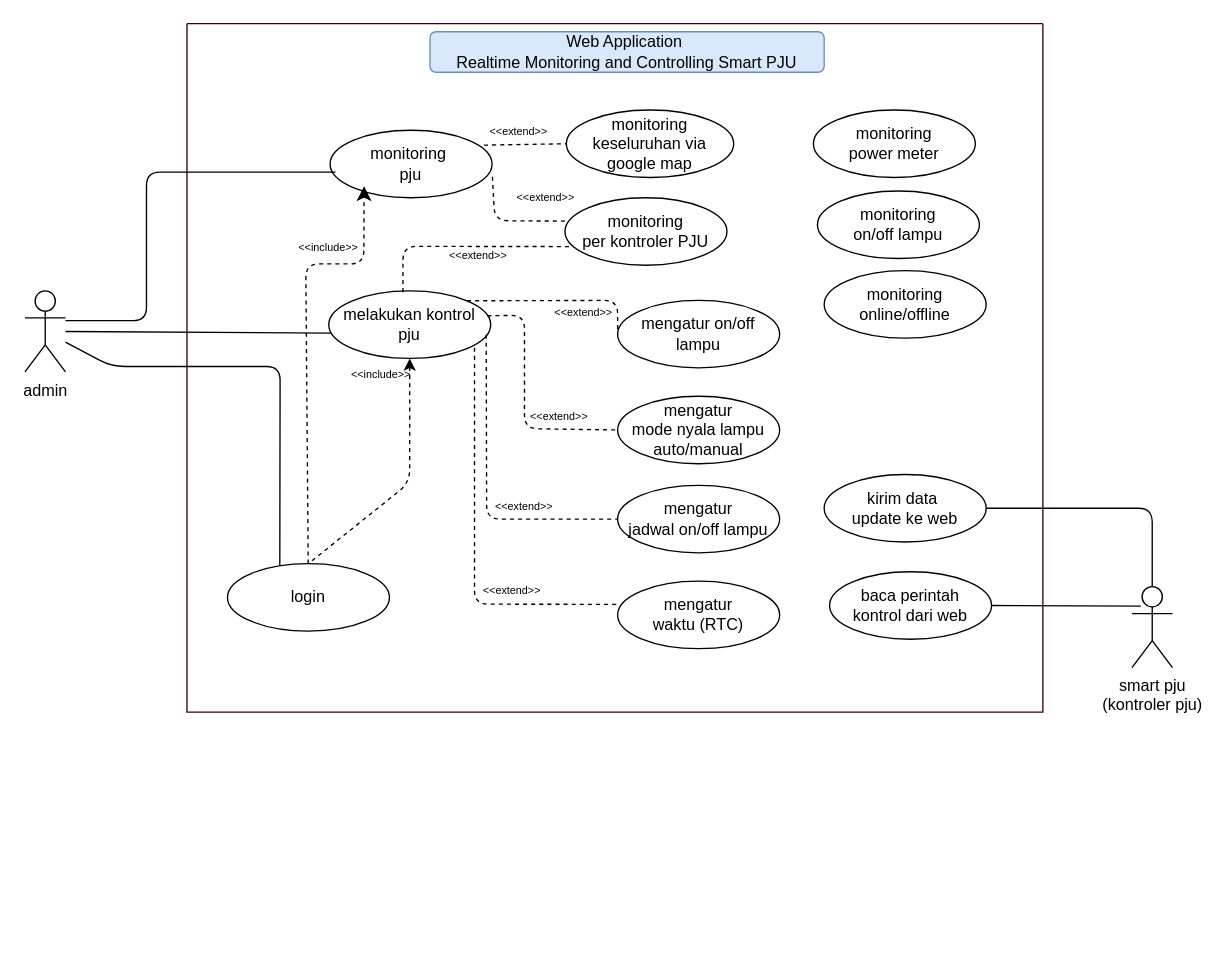
This is smart-pju.drawio from eenattayani/desain, a draw.io file, before an edit. Source tidied: cells renumbered, new cells numbered last; positions are measured from the earlier drawing's top-left corner, leaving out a move shared by most shapes. Both pictures are drawn from the tidied source at 135%, with x=0, y=0 at pixel (24, 23).
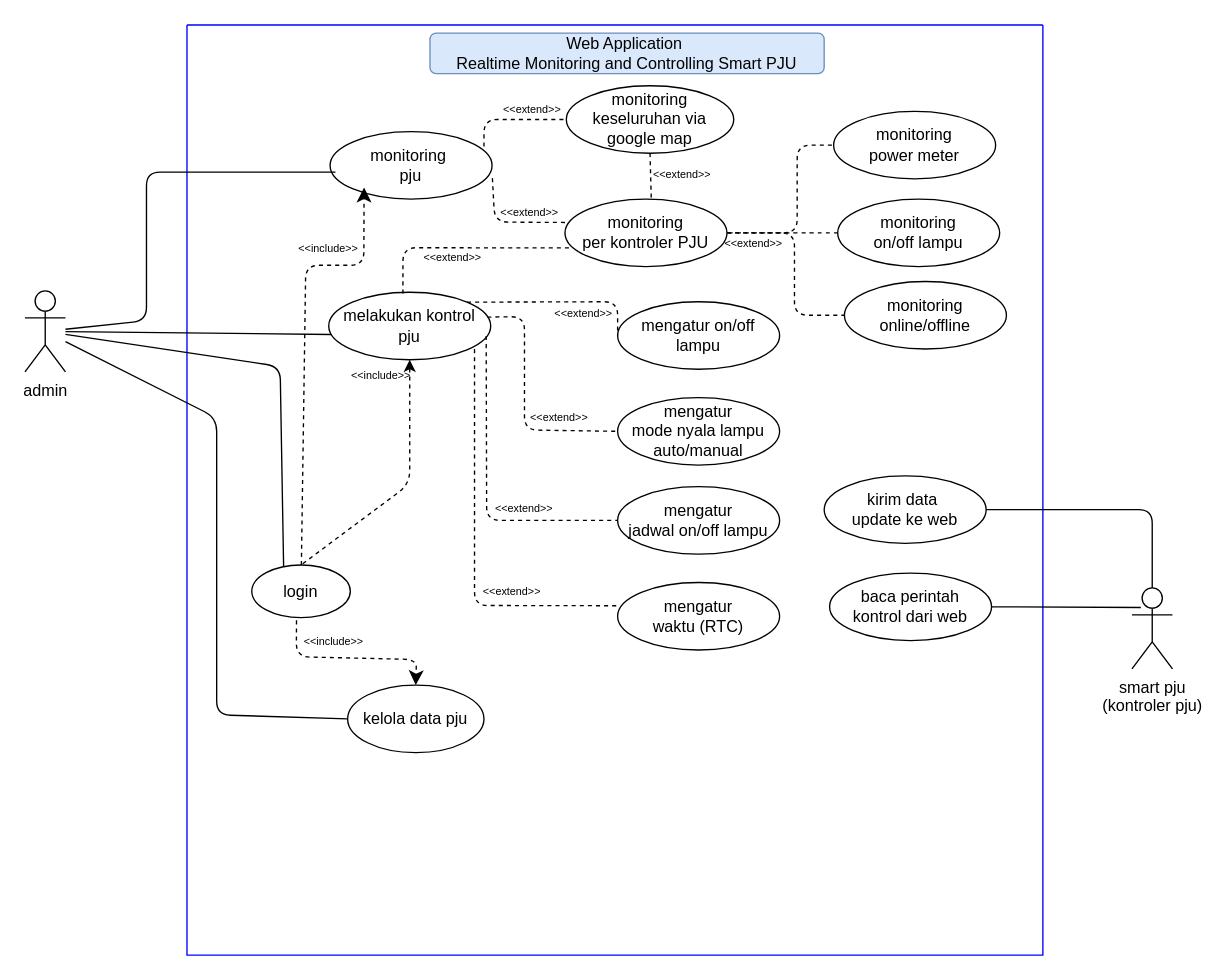
After the change.

Unchanged cells that the change refers to:
```xml
<mxCell id="3" value="monitoring&amp;nbsp;&lt;div&gt;pju&lt;/div&gt;" style="ellipse;whiteSpace=wrap;html=1;" parent="2" vertex="1">
  <mxGeometry x="106" y="79" width="120" height="50" as="geometry" />
</mxCell>
<mxCell id="24" value="monitoring&lt;div&gt;per kontroler PJU&lt;/div&gt;" style="ellipse;whiteSpace=wrap;html=1;" parent="2" vertex="1">
  <mxGeometry x="280" y="129" width="120" height="50" as="geometry" />
</mxCell>
<mxCell id="40" value="admin" style="shape=umlActor;verticalLabelPosition=bottom;verticalAlign=top;html=1;outlineConnect=0;" parent="1" vertex="1">
  <mxGeometry y="198" width="30" height="60" as="geometry" />
</mxCell>
```

Change to the diagram source:
```diff
@@
-    <mxCell id="2" style="swimlane;startSize=0;fillColor=#fff2cc;strokeColor=#33001A;" parent="1" vertex="1">
-      <mxGeometry x="120" width="634" height="510" as="geometry" />
+    <mxCell id="2" style="swimlane;startSize=0;fillColor=#fff2cc;strokeColor=#0000FF;" parent="1" vertex="1">
+      <mxGeometry x="120" y="1" width="634" height="689" as="geometry" />
     </mxCell>
@@
     <mxCell id="4" value="login" style="ellipse;whiteSpace=wrap;html=1;" parent="2" vertex="1">
-      <mxGeometry x="30" y="400" width="120" height="50" as="geometry" />
+      <mxGeometry x="48" y="400" width="73" height="39" as="geometry" />
     </mxCell>
@@
     <mxCell id="15" value="&amp;lt;&amp;lt;extend&amp;gt;&amp;gt;" style="text;html=1;align=center;verticalAlign=middle;whiteSpace=wrap;rounded=0;fontSize=8;" parent="2" vertex="1">
-      <mxGeometry x="186" y="167" width="60" height="10" as="geometry" />
+      <mxGeometry x="167" y="167" width="60" height="10" as="geometry" />
     </mxCell>
@@
+    <mxCell id="43" style="edgeStyle=none;curved=0;rounded=1;jettySize=auto;html=1;exitX=1;exitY=0.5;exitDx=0;exitDy=0;entryX=0;entryY=0.5;entryDx=0;entryDy=0;fontSize=12;startSize=8;endSize=8;endArrow=none;endFill=0;dashed=1;" parent="2" edge="1" source="24" target="38">
+      <mxGeometry relative="1" as="geometry">
+        <Array as="points">
+          <mxPoint x="452" y="154" />
+          <mxPoint x="452" y="89" />
+        </Array>
+      </mxGeometry>
+    </mxCell>
     <mxCell id="23" value="monitoring keseluruhan via&lt;div&gt;google map&lt;/div&gt;" style="ellipse;whiteSpace=wrap;html=1;" parent="2" vertex="1">
-      <mxGeometry x="281" y="64" width="124" height="50" as="geometry" />
+      <mxGeometry x="281" y="45" width="124" height="50" as="geometry" />
     </mxCell>
@@
-    <mxCell id="25" style="endArrow=none;dashed=1;html=1;rounded=0;entryX=0;entryY=0.5;entryDx=0;entryDy=0;exitX=0.95;exitY=0.22;exitDx=0;exitDy=0;exitPerimeter=0;" parent="2" edge="1" source="3" target="23">
-      <mxGeometry relative="1" as="geometry" />
+    <mxCell id="25" style="endArrow=none;dashed=1;html=1;rounded=1;entryX=0;entryY=0.5;entryDx=0;entryDy=0;exitX=0.95;exitY=0.22;exitDx=0;exitDy=0;exitPerimeter=0;curved=0;" parent="2" edge="1" source="3" target="23">
+      <mxGeometry relative="1" as="geometry">
+        <Array as="points">
+          <mxPoint x="220" y="70" />
+        </Array>
+      </mxGeometry>
     </mxCell>
@@
     <mxCell id="27" value="&amp;lt;&amp;lt;extend&amp;gt;&amp;gt;" style="text;html=1;align=center;verticalAlign=middle;whiteSpace=wrap;rounded=0;fontSize=8;" parent="2" vertex="1">
-      <mxGeometry x="216" y="75" width="60" height="10" as="geometry" />
+      <mxGeometry x="226" y="58" width="60" height="10" as="geometry" />
     </mxCell>
     <mxCell id="28" value="&amp;lt;&amp;lt;extend&amp;gt;&amp;gt;" style="text;html=1;align=center;verticalAlign=middle;whiteSpace=wrap;rounded=0;fontSize=8;" parent="2" vertex="1">
-      <mxGeometry x="236" y="124" width="60" height="10" as="geometry" />
+      <mxGeometry x="224" y="134" width="60" height="10" as="geometry" />
     </mxCell>
@@
     <mxCell id="36" value="monitoring&lt;div&gt;online/offline&lt;/div&gt;" style="ellipse;whiteSpace=wrap;html=1;" parent="2" vertex="1">
-      <mxGeometry x="472" y="183" width="120" height="50" as="geometry" />
+      <mxGeometry x="487" y="190" width="120" height="50" as="geometry" />
     </mxCell>
+    <mxCell id="44" style="edgeStyle=none;curved=1;rounded=0;jettySize=auto;html=1;fontSize=12;startSize=8;endSize=8;dashed=1;endArrow=none;endFill=0;" parent="2" edge="1" source="37" target="24">
+      <mxGeometry relative="1" as="geometry" />
+    </mxCell>
     <mxCell id="37" value="monitoring&lt;div&gt;on/off lampu&lt;/div&gt;" style="ellipse;whiteSpace=wrap;html=1;" parent="2" vertex="1">
-      <mxGeometry x="467" y="124" width="120" height="50" as="geometry" />
+      <mxGeometry x="482" y="129" width="120" height="50" as="geometry" />
     </mxCell>
     <mxCell id="38" value="monitoring&lt;div&gt;power meter&lt;/div&gt;" style="ellipse;whiteSpace=wrap;html=1;" parent="2" vertex="1">
-      <mxGeometry x="464" y="64" width="120" height="50" as="geometry" />
+      <mxGeometry x="479" y="64" width="120" height="50" as="geometry" />
     </mxCell>
+    <mxCell id="45" value="kelola data pju" style="ellipse;whiteSpace=wrap;html=1;" parent="2" vertex="1">
+      <mxGeometry x="119" y="489" width="101" height="50" as="geometry" />
+    </mxCell>
+    <mxCell id="46" style="edgeStyle=none;curved=0;rounded=1;jettySize=auto;html=1;entryX=0.5;entryY=0;entryDx=0;entryDy=0;fontSize=12;startSize=8;endSize=8;dashed=1;exitX=0.454;exitY=1.052;exitDx=0;exitDy=0;exitPerimeter=0;" parent="2" edge="1" source="4" target="45">
+      <mxGeometry relative="1" as="geometry">
+        <Array as="points">
+          <mxPoint x="81" y="468" />
+          <mxPoint x="170" y="470" />
+        </Array>
+      </mxGeometry>
+    </mxCell>
+    <mxCell id="47" style="edgeStyle=none;curved=1;rounded=0;jettySize=auto;html=1;entryX=0.533;entryY=0.022;entryDx=0;entryDy=0;entryPerimeter=0;fontSize=12;startSize=8;endSize=8;dashed=1;endArrow=none;endFill=0;" parent="2" edge="1" source="23" target="24">
+      <mxGeometry relative="1" as="geometry" />
+    </mxCell>
+    <mxCell id="48" style="edgeStyle=none;curved=0;rounded=1;jettySize=auto;html=1;exitX=1;exitY=0.5;exitDx=0;exitDy=0;entryX=0;entryY=0.5;entryDx=0;entryDy=0;fontSize=12;startSize=8;endSize=8;endArrow=none;endFill=0;dashed=1;" parent="2" edge="1" source="24" target="36">
+      <mxGeometry relative="1" as="geometry">
+        <Array as="points">
+          <mxPoint x="450" y="154" />
+          <mxPoint x="450" y="215" />
+        </Array>
+      </mxGeometry>
+    </mxCell>
+    <mxCell id="49" value="&amp;lt;&amp;lt;extend&amp;gt;&amp;gt;" style="text;html=1;align=center;verticalAlign=middle;whiteSpace=wrap;rounded=0;fontSize=8;" parent="2" vertex="1">
+      <mxGeometry x="390" y="157" width="60" height="10" as="geometry" />
+    </mxCell>
+    <mxCell id="50" value="&amp;lt;&amp;lt;extend&amp;gt;&amp;gt;" style="text;html=1;align=center;verticalAlign=middle;whiteSpace=wrap;rounded=0;fontSize=8;" parent="2" vertex="1">
+      <mxGeometry x="337" y="106" width="60" height="10" as="geometry" />
+    </mxCell>
+    <mxCell id="51" value="&amp;lt;&amp;lt;include&amp;gt;&amp;gt;" style="text;html=1;align=center;verticalAlign=middle;whiteSpace=wrap;rounded=0;fontSize=8;" parent="2" vertex="1">
+      <mxGeometry x="79" y="452" width="60" height="10" as="geometry" />
+    </mxCell>
     <mxCell id="39" style="edgeStyle=none;curved=0;rounded=1;jettySize=auto;html=1;fontSize=12;startSize=8;endSize=8;endArrow=none;endFill=0;entryX=0.323;entryY=0.024;entryDx=0;entryDy=0;entryPerimeter=0;" parent="1" edge="1" source="40" target="4">
       <mxGeometry relative="1" as="geometry">
         <Array as="points">
-          <mxPoint x="64" y="254" />
           <mxPoint x="189" y="254" />
         </Array>
       </mxGeometry>
     </mxCell>
+    <mxCell id="52" style="edgeStyle=none;curved=0;rounded=1;jettySize=auto;html=1;entryX=0;entryY=0.5;entryDx=0;entryDy=0;fontSize=12;startSize=8;endSize=8;endArrow=none;endFill=0;" parent="1" edge="1" source="40" target="45">
+      <mxGeometry relative="1" as="geometry">
+        <Array as="points">
+          <mxPoint x="142" y="292" />
+          <mxPoint x="142" y="512" />
+        </Array>
+      </mxGeometry>
+    </mxCell>
@@
-    <mxCell id="41" style="endArrow=none;html=1;rounded=1;curved=0;" parent="1" edge="1">
+    <mxCell id="41" style="endArrow=none;html=1;rounded=1;curved=0;" parent="1" edge="1" source="40">
       <mxGeometry relative="1" as="geometry">
-        <mxPoint x="30" y="220" as="sourcePoint" />
         <mxPoint x="230" y="110" as="targetPoint" />
         <Array as="points">
           <mxPoint x="90" y="220" />
           <mxPoint x="90" y="110" />
         </Array>
       </mxGeometry>
     </mxCell>
```
